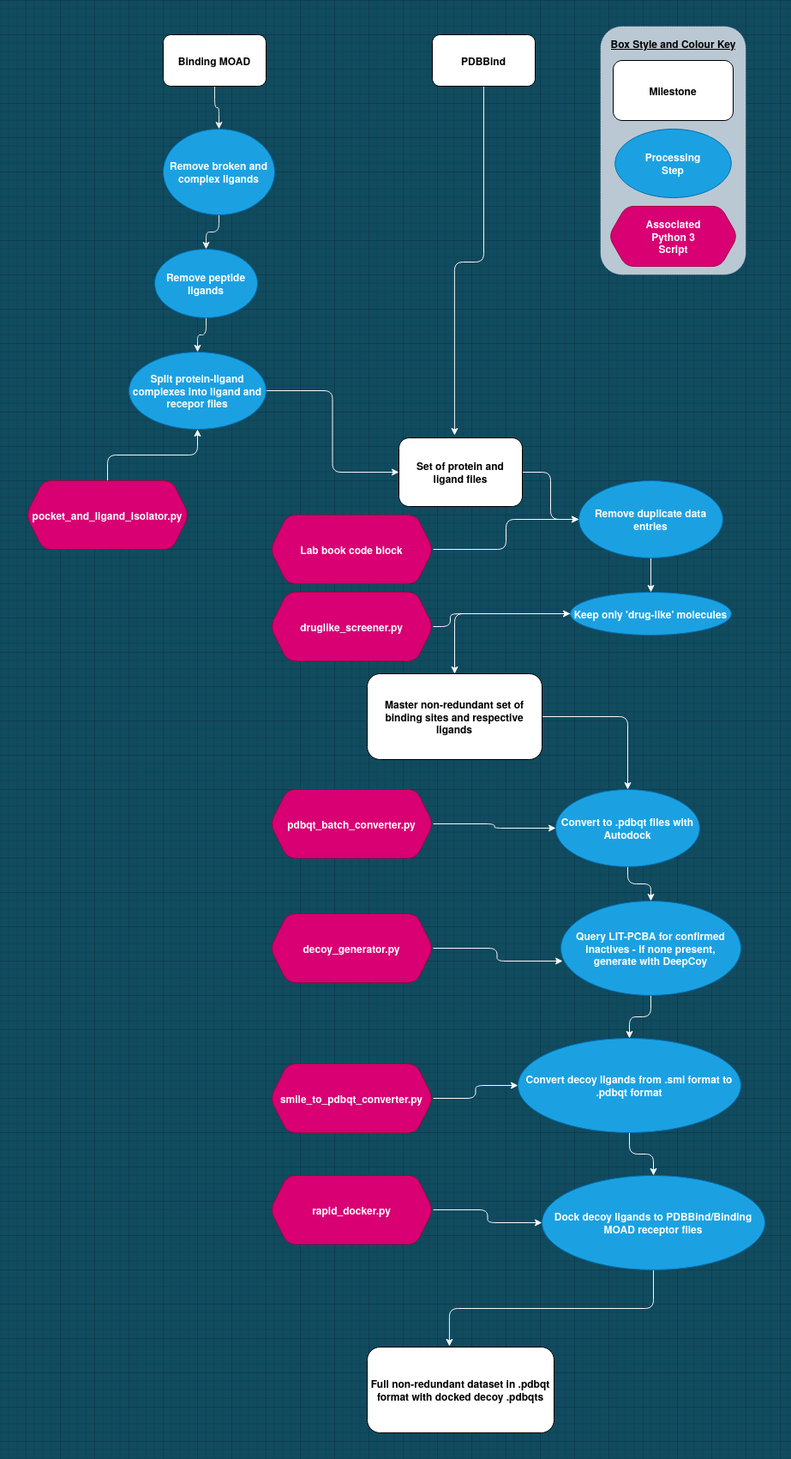
Before: labbook/Images/data_cleaning.png, a diagram exported from draw.io (miles-mcgibbon/XGBScore). Source tidied: cells renumbered, new cells last; positions are measured from the earlier drawing's top-left corner, leaving out a move shared by most shapes. Its diagram source:
```xml
<mxGraphModel background="#114B5F">
  <root>
    <mxCell id="0" />
    <mxCell id="1" parent="0" />
    <mxCell id="2" style="rounded=1;whiteSpace=wrap;html=1;strokeWidth=1;dashed=1;dashPattern=1 1;fillColor=#bac8d3;strokeColor=#23445d;" parent="1" vertex="1">
      <mxGeometry x="670" width="170" height="290" as="geometry" />
    </mxCell>
    <mxCell id="3" style="edgeStyle=orthogonalEdgeStyle;rounded=1;jettySize=auto;html=1;strokeColor=#EDEDED;" parent="1" edge="1" source="4" target="45">
      <mxGeometry relative="1" as="geometry" />
    </mxCell>
    <mxCell id="4" value="Binding MOAD" style="rounded=1;whiteSpace=wrap;html=1;sketch=0;fontStyle=1;" parent="1" vertex="1">
      <mxGeometry x="160" y="10" width="120" height="60" as="geometry" />
    </mxCell>
    <mxCell id="5" style="edgeStyle=orthogonalEdgeStyle;curved=0;rounded=1;sketch=0;jettySize=auto;html=1;entryX=0.451;entryY=-0.037;entryDx=0;entryDy=0;entryPerimeter=0;strokeColor=#F7F7F7;fillColor=#F45B69;fontColor=#E4FDE1;fontStyle=1;" parent="1" edge="1" source="6" target="11">
      <mxGeometry relative="1" as="geometry" />
    </mxCell>
    <mxCell id="6" value="PDBBind" style="rounded=1;whiteSpace=wrap;html=1;sketch=0;fontStyle=1;" parent="1" vertex="1">
      <mxGeometry x="474" y="10" width="120" height="60" as="geometry" />
    </mxCell>
    <mxCell id="7" style="edgeStyle=orthogonalEdgeStyle;curved=0;rounded=1;sketch=0;jettySize=auto;html=1;entryX=0;entryY=0.5;entryDx=0;entryDy=0;fontColor=#E4FDE1;strokeColor=#F7F7F7;fontStyle=1;exitX=1;exitY=0.5;exitDx=0;exitDy=0;" parent="1" edge="1" source="8" target="11">
      <mxGeometry relative="1" as="geometry" />
    </mxCell>
    <mxCell id="8" value="Split protein-ligand complexes into ligand and recepor files" style="ellipse;whiteSpace=wrap;html=1;rounded=1;sketch=0;fillColor=#1ba1e2;strokeColor=#006EAF;fontColor=#ffffff;fontStyle=1;" parent="1" vertex="1">
      <mxGeometry x="120" y="380" width="160" height="90" as="geometry" />
    </mxCell>
    <mxCell id="9" style="edgeStyle=orthogonalEdgeStyle;curved=0;rounded=1;sketch=0;jettySize=auto;html=1;strokeColor=#F7F7F7;fillColor=#F45B69;fontColor=#E4FDE1;exitX=0.5;exitY=1;exitDx=0;exitDy=0;entryX=0.5;entryY=0;entryDx=0;entryDy=0;fontStyle=1;" parent="1" edge="1" source="17" target="19">
      <mxGeometry relative="1" as="geometry" />
    </mxCell>
    <mxCell id="10" style="edgeStyle=orthogonalEdgeStyle;curved=0;rounded=1;sketch=0;jettySize=auto;html=1;strokeColor=#F7F7F7;fillColor=#F45B69;fontColor=#E4FDE1;fontStyle=1;" parent="1" edge="1" source="11" target="17">
      <mxGeometry relative="1" as="geometry" />
    </mxCell>
    <mxCell id="11" value="&lt;div&gt;Set of protein and &lt;br&gt;&lt;/div&gt;&lt;div&gt;ligand files&lt;/div&gt;" style="rounded=1;whiteSpace=wrap;html=1;sketch=0;fontStyle=1;" parent="1" vertex="1">
      <mxGeometry x="435" y="480" width="144" height="80" as="geometry" />
    </mxCell>
    <mxCell id="12" style="edgeStyle=orthogonalEdgeStyle;curved=0;rounded=1;sketch=0;jettySize=auto;html=1;strokeColor=#F7F7F7;fillColor=#F45B69;fontColor=#E4FDE1;fontStyle=1;" parent="1" edge="1" source="13" target="15">
      <mxGeometry relative="1" as="geometry" />
    </mxCell>
    <mxCell id="13" value="Convert to .pdbqt files with Autodock" style="ellipse;whiteSpace=wrap;html=1;rounded=0;sketch=0;strokeColor=#006EAF;fillColor=#1ba1e2;fontColor=#ffffff;fontStyle=1;" parent="1" vertex="1">
      <mxGeometry x="618" y="890" width="168" height="90" as="geometry" />
    </mxCell>
    <mxCell id="14" style="edgeStyle=orthogonalEdgeStyle;rounded=1;jettySize=auto;html=1;strokeColor=#FAFAFA;fontStyle=1;" parent="1" edge="1" source="15" target="23">
      <mxGeometry relative="1" as="geometry" />
    </mxCell>
    <mxCell id="15" value="&lt;div&gt;Query LIT-PCBA for confirmed inactives - if none present, &lt;br&gt;&lt;/div&gt;&lt;div&gt;generate with DeepCoy &lt;/div&gt;" style="ellipse;whiteSpace=wrap;html=1;rounded=0;sketch=0;strokeColor=#006EAF;fillColor=#1ba1e2;fontColor=#ffffff;fontStyle=1;" parent="1" vertex="1">
      <mxGeometry x="624" y="1020" width="210" height="110" as="geometry" />
    </mxCell>
    <mxCell id="16" value="Full non-redundant dataset in .pdbqt format with docked decoy .pdbqts" style="rounded=1;whiteSpace=wrap;html=1;sketch=0;fontStyle=1;" parent="1" vertex="1">
      <mxGeometry x="398" y="1540" width="218" height="100" as="geometry" />
    </mxCell>
    <mxCell id="17" value="&lt;div&gt;Remove duplicate data &lt;br&gt;&lt;/div&gt;&lt;div&gt;entries&lt;/div&gt;" style="ellipse;whiteSpace=wrap;html=1;rounded=0;sketch=0;strokeColor=#006EAF;fillColor=#1ba1e2;fontColor=#ffffff;fontStyle=1;" parent="1" vertex="1">
      <mxGeometry x="645" y="530" width="168" height="90" as="geometry" />
    </mxCell>
    <mxCell id="18" style="edgeStyle=orthogonalEdgeStyle;rounded=1;jettySize=auto;html=1;entryX=0.5;entryY=0;entryDx=0;entryDy=0;strokeColor=#FAFAFA;" parent="1" edge="1" source="19" target="21">
      <mxGeometry relative="1" as="geometry" />
    </mxCell>
    <mxCell id="19" value="Keep only 'drug-like' molecules" style="ellipse;whiteSpace=wrap;html=1;rounded=0;sketch=0;strokeColor=#006EAF;fillColor=#1ba1e2;fontColor=#ffffff;fontStyle=1;" parent="1" vertex="1">
      <mxGeometry x="635" y="660" width="188" height="50" as="geometry" />
    </mxCell>
    <mxCell id="20" style="edgeStyle=orthogonalEdgeStyle;rounded=1;jettySize=auto;html=1;entryX=0.5;entryY=0;entryDx=0;entryDy=0;strokeColor=#FAFAFA;" parent="1" edge="1" source="21" target="13">
      <mxGeometry relative="1" as="geometry" />
    </mxCell>
    <mxCell id="21" value="Master non-redundant set of binding sites and respective ligands" style="rounded=1;whiteSpace=wrap;html=1;sketch=0;fontStyle=1;" parent="1" vertex="1">
      <mxGeometry x="398" y="755" width="204" height="100" as="geometry" />
    </mxCell>
    <mxCell id="22" style="edgeStyle=orthogonalEdgeStyle;rounded=1;jettySize=auto;html=1;strokeColor=#FAFAFA;fontStyle=1;" parent="1" edge="1" source="23" target="25">
      <mxGeometry relative="1" as="geometry" />
    </mxCell>
    <mxCell id="23" value="Convert decoy ligands from .smi format to .pdbqt format" style="ellipse;whiteSpace=wrap;html=1;rounded=0;sketch=0;strokeColor=#006EAF;fillColor=#1ba1e2;fontColor=#ffffff;fontStyle=1;" parent="1" vertex="1">
      <mxGeometry x="574" y="1180" width="260" height="110" as="geometry" />
    </mxCell>
    <mxCell id="24" style="edgeStyle=orthogonalEdgeStyle;rounded=1;jettySize=auto;html=1;entryX=0.44;entryY=-0.01;entryDx=0;entryDy=0;entryPerimeter=0;strokeColor=#FAFAFA;fontStyle=1;" parent="1" edge="1" source="25" target="16">
      <mxGeometry relative="1" as="geometry" />
    </mxCell>
    <mxCell id="25" value="Dock decoy ligands to PDBBind/Binding MOAD receptor files" style="ellipse;whiteSpace=wrap;html=1;rounded=0;sketch=0;strokeColor=#006EAF;fillColor=#1ba1e2;fontColor=#ffffff;fontStyle=1;" parent="1" vertex="1">
      <mxGeometry x="602" y="1340" width="260" height="110" as="geometry" />
    </mxCell>
    <mxCell id="26" style="edgeStyle=orthogonalEdgeStyle;rounded=1;jettySize=auto;html=1;entryX=0.5;entryY=1;entryDx=0;entryDy=0;strokeColor=#FAFAFA;" parent="1" edge="1" source="27" target="8">
      <mxGeometry relative="1" as="geometry" />
    </mxCell>
    <mxCell id="27" value="pocket_and_ligand_isolator.py" style="shape=hexagon;perimeter=hexagonPerimeter2;whiteSpace=wrap;html=1;fixedSize=1;rounded=1;fontStyle=1;strokeColor=#A50040;fillColor=#d80073;sketch=0;fontColor=#ffffff;" parent="1" vertex="1">
      <mxGeometry y="530" width="190" height="80" as="geometry" />
    </mxCell>
    <mxCell id="28" style="edgeStyle=orthogonalEdgeStyle;rounded=1;jettySize=auto;html=1;strokeColor=#FAFAFA;" parent="1" edge="1" source="29" target="17">
      <mxGeometry relative="1" as="geometry" />
    </mxCell>
    <mxCell id="29" value="Lab book code block" style="shape=hexagon;perimeter=hexagonPerimeter2;whiteSpace=wrap;html=1;fixedSize=1;rounded=1;fontStyle=1;strokeColor=#A50040;fillColor=#d80073;sketch=0;fontColor=#ffffff;" parent="1" vertex="1">
      <mxGeometry x="285" y="570" width="190" height="80" as="geometry" />
    </mxCell>
    <mxCell id="30" style="edgeStyle=orthogonalEdgeStyle;rounded=1;jettySize=auto;html=1;strokeColor=#FAFAFA;" parent="1" edge="1" source="31" target="19">
      <mxGeometry relative="1" as="geometry">
        <Array as="points">
          <mxPoint x="495" y="700" />
          <mxPoint x="495" y="685" />
        </Array>
      </mxGeometry>
    </mxCell>
    <mxCell id="31" value="druglike_screener.py" style="shape=hexagon;perimeter=hexagonPerimeter2;whiteSpace=wrap;html=1;fixedSize=1;rounded=1;fontStyle=1;strokeColor=#A50040;fillColor=#d80073;sketch=0;fontColor=#ffffff;" parent="1" vertex="1">
      <mxGeometry x="285" y="660" width="190" height="80" as="geometry" />
    </mxCell>
    <mxCell id="32" style="edgeStyle=orthogonalEdgeStyle;rounded=1;jettySize=auto;html=1;entryX=0;entryY=0.5;entryDx=0;entryDy=0;strokeColor=#FAFAFA;" parent="1" edge="1" source="33" target="13">
      <mxGeometry relative="1" as="geometry" />
    </mxCell>
    <mxCell id="33" value="pdbqt_batch_converter.py" style="shape=hexagon;perimeter=hexagonPerimeter2;whiteSpace=wrap;html=1;fixedSize=1;rounded=1;fontStyle=1;strokeColor=#A50040;fillColor=#d80073;sketch=0;fontColor=#ffffff;" parent="1" vertex="1">
      <mxGeometry x="285" y="890" width="190" height="80" as="geometry" />
    </mxCell>
    <mxCell id="34" style="edgeStyle=orthogonalEdgeStyle;rounded=1;jettySize=auto;html=1;entryX=0.01;entryY=0.636;entryDx=0;entryDy=0;entryPerimeter=0;strokeColor=#FAFAFA;" parent="1" edge="1" source="35" target="15">
      <mxGeometry relative="1" as="geometry" />
    </mxCell>
    <mxCell id="35" value="decoy_generator.py" style="shape=hexagon;perimeter=hexagonPerimeter2;whiteSpace=wrap;html=1;fixedSize=1;rounded=1;fontStyle=1;strokeColor=#A50040;fillColor=#d80073;sketch=0;fontColor=#ffffff;" parent="1" vertex="1">
      <mxGeometry x="285" y="1035" width="190" height="80" as="geometry" />
    </mxCell>
    <mxCell id="36" style="edgeStyle=orthogonalEdgeStyle;rounded=1;jettySize=auto;html=1;entryX=0;entryY=0.5;entryDx=0;entryDy=0;strokeColor=#FAFAFA;" parent="1" edge="1" source="37" target="23">
      <mxGeometry relative="1" as="geometry" />
    </mxCell>
    <mxCell id="37" value="smile_to_pdbqt_converter.py" style="shape=hexagon;perimeter=hexagonPerimeter2;whiteSpace=wrap;html=1;fixedSize=1;rounded=1;fontStyle=1;strokeColor=#A50040;fillColor=#d80073;sketch=0;fontColor=#ffffff;" parent="1" vertex="1">
      <mxGeometry x="285" y="1210" width="190" height="80" as="geometry" />
    </mxCell>
    <mxCell id="38" style="edgeStyle=orthogonalEdgeStyle;rounded=1;jettySize=auto;html=1;entryX=0;entryY=0.5;entryDx=0;entryDy=0;strokeColor=#FAFAFA;" parent="1" edge="1" source="39" target="25">
      <mxGeometry relative="1" as="geometry" />
    </mxCell>
    <mxCell id="39" value="rapid_docker.py" style="shape=hexagon;perimeter=hexagonPerimeter2;whiteSpace=wrap;html=1;fixedSize=1;rounded=1;fontStyle=1;strokeColor=#A50040;fillColor=#d80073;sketch=0;fontColor=#ffffff;" parent="1" vertex="1">
      <mxGeometry x="285" y="1340" width="190" height="80" as="geometry" />
    </mxCell>
    <mxCell id="40" value="&lt;b&gt;Milestone&lt;/b&gt;" style="rounded=1;whiteSpace=wrap;html=1;perimeterSpacing=5;strokeWidth=1;" parent="1" vertex="1">
      <mxGeometry x="685" y="40" width="140" height="70" as="geometry" />
    </mxCell>
    <mxCell id="41" value="&lt;div&gt;Processing&lt;/div&gt;&lt;div&gt;Step&lt;br&gt;&lt;/div&gt;" style="ellipse;whiteSpace=wrap;html=1;rounded=0;sketch=0;strokeColor=#006EAF;fillColor=#1ba1e2;fontColor=#ffffff;fontStyle=1;" parent="1" vertex="1">
      <mxGeometry x="687.2" y="120" width="135.5" height="80" as="geometry" />
    </mxCell>
    <mxCell id="42" value="&lt;div&gt;Associated&lt;/div&gt;&lt;div&gt;Python 3 &lt;br&gt;&lt;/div&gt;&lt;div&gt;Script&lt;br&gt;&lt;/div&gt;" style="shape=hexagon;perimeter=hexagonPerimeter2;whiteSpace=wrap;html=1;fixedSize=1;rounded=1;fontStyle=1;strokeColor=#A50040;fillColor=#d80073;sketch=0;fontColor=#ffffff;" parent="1" vertex="1">
      <mxGeometry x="679.8" y="210" width="150.5" height="70" as="geometry" />
    </mxCell>
    <mxCell id="43" value="Box Style and Colour Key" style="text;html=1;strokeColor=none;fillColor=none;align=center;verticalAlign=middle;whiteSpace=wrap;rounded=0;dashed=1;dashPattern=1 1;fontStyle=5;" parent="1" vertex="1">
      <mxGeometry x="677.6" y="10" width="154.8" height="20" as="geometry" />
    </mxCell>
    <mxCell id="44" style="edgeStyle=orthogonalEdgeStyle;rounded=1;jettySize=auto;html=1;strokeColor=#EDEDED;" parent="1" edge="1" source="45" target="47">
      <mxGeometry relative="1" as="geometry" />
    </mxCell>
    <mxCell id="45" value="Remove broken and complex ligands" style="ellipse;whiteSpace=wrap;html=1;rounded=1;fontStyle=1;sketch=0;fillColor=#1ba1e2;strokeColor=#006EAF;fontColor=#ffffff;" parent="1" vertex="1">
      <mxGeometry x="160" y="120" width="130" height="100" as="geometry" />
    </mxCell>
    <mxCell id="46" style="edgeStyle=orthogonalEdgeStyle;rounded=1;jettySize=auto;html=1;strokeColor=#EDEDED;" parent="1" edge="1" source="47" target="8">
      <mxGeometry relative="1" as="geometry" />
    </mxCell>
    <mxCell id="47" value="Remove peptide ligands" style="ellipse;whiteSpace=wrap;html=1;rounded=1;fontStyle=1;sketch=0;fillColor=#1ba1e2;strokeColor=#006EAF;fontColor=#ffffff;" parent="1" vertex="1">
      <mxGeometry x="150" y="260" width="120" height="80" as="geometry" />
    </mxCell>
  </root>
</mxGraphModel>
```
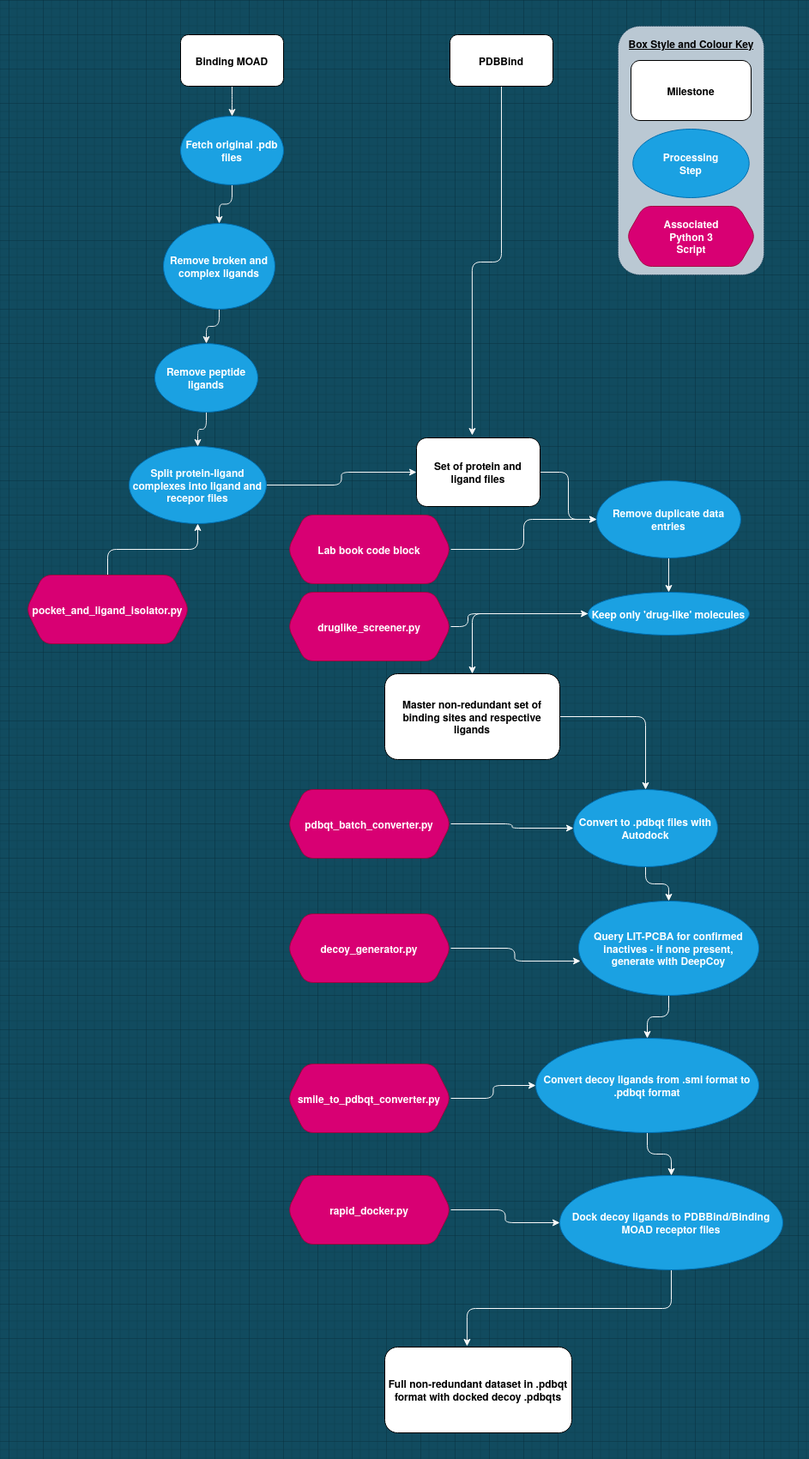
The same diagram one commit later.

Commit message:
Added details and ammended code for fetching Binding MOAD original PDB files

The edit, as a diff of the source:
```diff
@@ -5,9 +5,9 @@
     <mxCell id="2" style="rounded=1;whiteSpace=wrap;html=1;strokeWidth=1;dashed=1;dashPattern=1 1;fillColor=#bac8d3;strokeColor=#23445d;" parent="1" vertex="1">
       <mxGeometry x="670" width="170" height="290" as="geometry" />
     </mxCell>
-    <mxCell id="3" style="edgeStyle=orthogonalEdgeStyle;rounded=1;jettySize=auto;html=1;strokeColor=#EDEDED;" parent="1" edge="1" source="4" target="45">
-      <mxGeometry relative="1" as="geometry" />
-    </mxCell>
+    <mxCell id="48" style="edgeStyle=orthogonalEdgeStyle;rounded=1;jettySize=auto;html=1;strokeColor=#F0F0F0;" parent="1" edge="1" source="4" target="50">
+      <mxGeometry relative="1" as="geometry" />
+    </mxCell>
     <mxCell id="4" value="Binding MOAD" style="rounded=1;whiteSpace=wrap;html=1;sketch=0;fontStyle=1;" parent="1" vertex="1">
       <mxGeometry x="160" y="10" width="120" height="60" as="geometry" />
     </mxCell>
@@ -21,7 +21,7 @@
       <mxGeometry relative="1" as="geometry" />
     </mxCell>
     <mxCell id="8" value="Split protein-ligand complexes into ligand and recepor files" style="ellipse;whiteSpace=wrap;html=1;rounded=1;sketch=0;fillColor=#1ba1e2;strokeColor=#006EAF;fontColor=#ffffff;fontStyle=1;" parent="1" vertex="1">
-      <mxGeometry x="120" y="380" width="160" height="90" as="geometry" />
+      <mxGeometry x="100" y="490" width="160" height="90" as="geometry" />
     </mxCell>
     <mxCell id="9" style="edgeStyle=orthogonalEdgeStyle;curved=0;rounded=1;sketch=0;jettySize=auto;html=1;strokeColor=#F7F7F7;fillColor=#F45B69;fontColor=#E4FDE1;exitX=0.5;exitY=1;exitDx=0;exitDy=0;entryX=0.5;entryY=0;entryDx=0;entryDy=0;fontStyle=1;" parent="1" edge="1" source="17" target="19">
       <mxGeometry relative="1" as="geometry" />
@@ -78,7 +78,7 @@
       <mxGeometry relative="1" as="geometry" />
     </mxCell>
     <mxCell id="27" value="pocket_and_ligand_isolator.py" style="shape=hexagon;perimeter=hexagonPerimeter2;whiteSpace=wrap;html=1;fixedSize=1;rounded=1;fontStyle=1;strokeColor=#A50040;fillColor=#d80073;sketch=0;fontColor=#ffffff;" parent="1" vertex="1">
-      <mxGeometry y="530" width="190" height="80" as="geometry" />
+      <mxGeometry x="-20" y="640" width="190" height="80" as="geometry" />
     </mxCell>
     <mxCell id="28" style="edgeStyle=orthogonalEdgeStyle;rounded=1;jettySize=auto;html=1;strokeColor=#FAFAFA;" parent="1" edge="1" source="29" target="17">
       <mxGeometry relative="1" as="geometry" />
@@ -137,13 +137,19 @@
       <mxGeometry relative="1" as="geometry" />
     </mxCell>
     <mxCell id="45" value="Remove broken and complex ligands" style="ellipse;whiteSpace=wrap;html=1;rounded=1;fontStyle=1;sketch=0;fillColor=#1ba1e2;strokeColor=#006EAF;fontColor=#ffffff;" parent="1" vertex="1">
-      <mxGeometry x="160" y="120" width="130" height="100" as="geometry" />
+      <mxGeometry x="140" y="230" width="130" height="100" as="geometry" />
     </mxCell>
     <mxCell id="46" style="edgeStyle=orthogonalEdgeStyle;rounded=1;jettySize=auto;html=1;strokeColor=#EDEDED;" parent="1" edge="1" source="47" target="8">
       <mxGeometry relative="1" as="geometry" />
     </mxCell>
     <mxCell id="47" value="Remove peptide ligands" style="ellipse;whiteSpace=wrap;html=1;rounded=1;fontStyle=1;sketch=0;fillColor=#1ba1e2;strokeColor=#006EAF;fontColor=#ffffff;" parent="1" vertex="1">
-      <mxGeometry x="150" y="260" width="120" height="80" as="geometry" />
+      <mxGeometry x="130" y="370" width="120" height="80" as="geometry" />
     </mxCell>
+    <mxCell id="49" style="edgeStyle=orthogonalEdgeStyle;rounded=1;jettySize=auto;html=1;entryX=0.5;entryY=0;entryDx=0;entryDy=0;strokeColor=#F0F0F0;" parent="1" edge="1" source="50" target="45">
+      <mxGeometry relative="1" as="geometry" />
+    </mxCell>
+    <mxCell id="50" value="Fetch original .pdb files" style="ellipse;whiteSpace=wrap;html=1;rounded=1;fontStyle=1;sketch=0;fillColor=#1ba1e2;strokeColor=#006EAF;fontColor=#ffffff;" parent="1" vertex="1">
+      <mxGeometry x="160" y="105" width="120" height="80" as="geometry" />
+    </mxCell>
   </root>
 </mxGraphModel>
```
